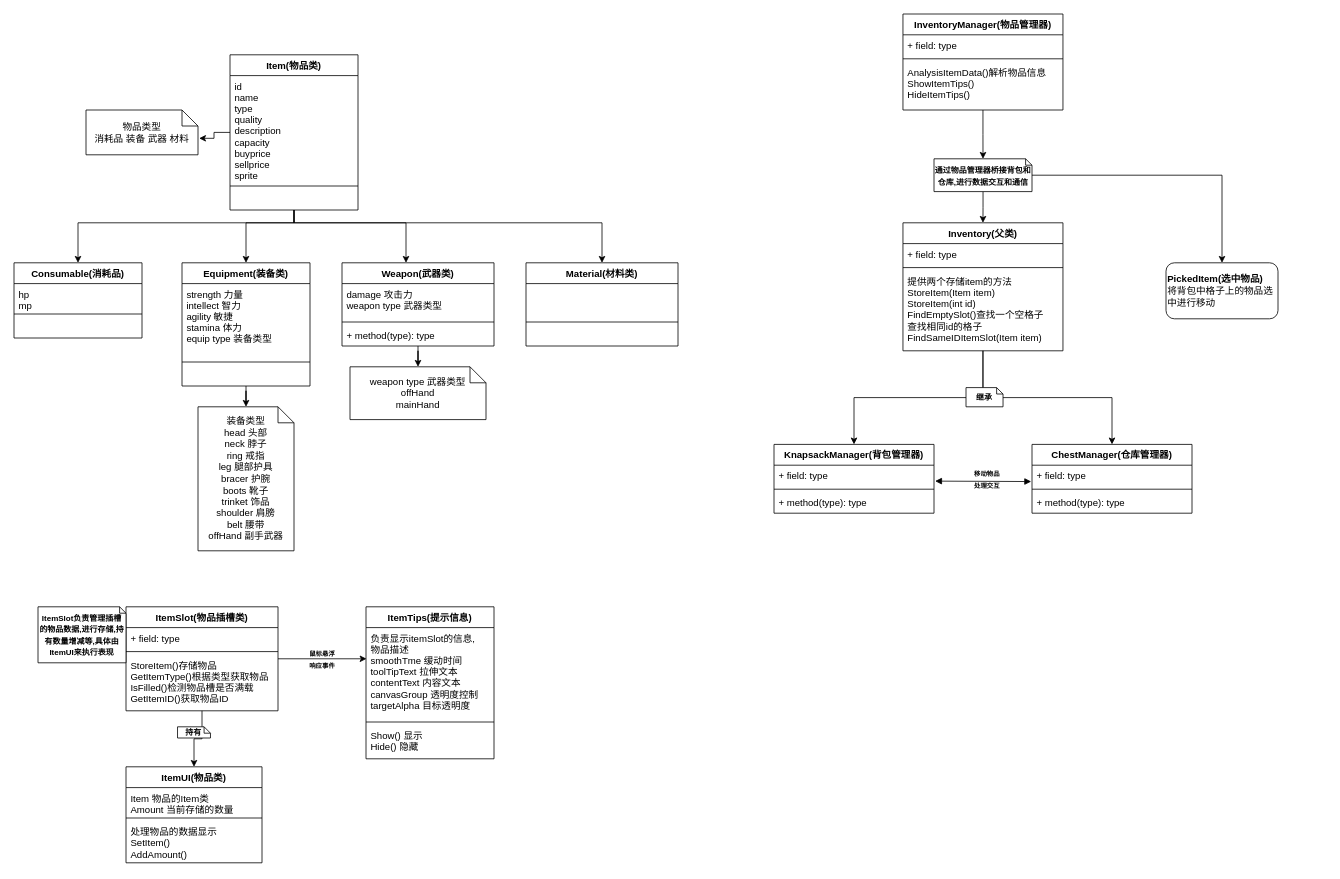
This is InventorySystem.drawio from KIPKIPS/InventorySystem, a draw.io file, before an edit. Source tidied: cells renumbered, new cells numbered last; positions are measured from the earlier drawing's top-left corner, leaving out a move shared by most shapes. Both pictures are drawn from the tidied source at 80%, with x=0, y=0 at pixel (14, 14).
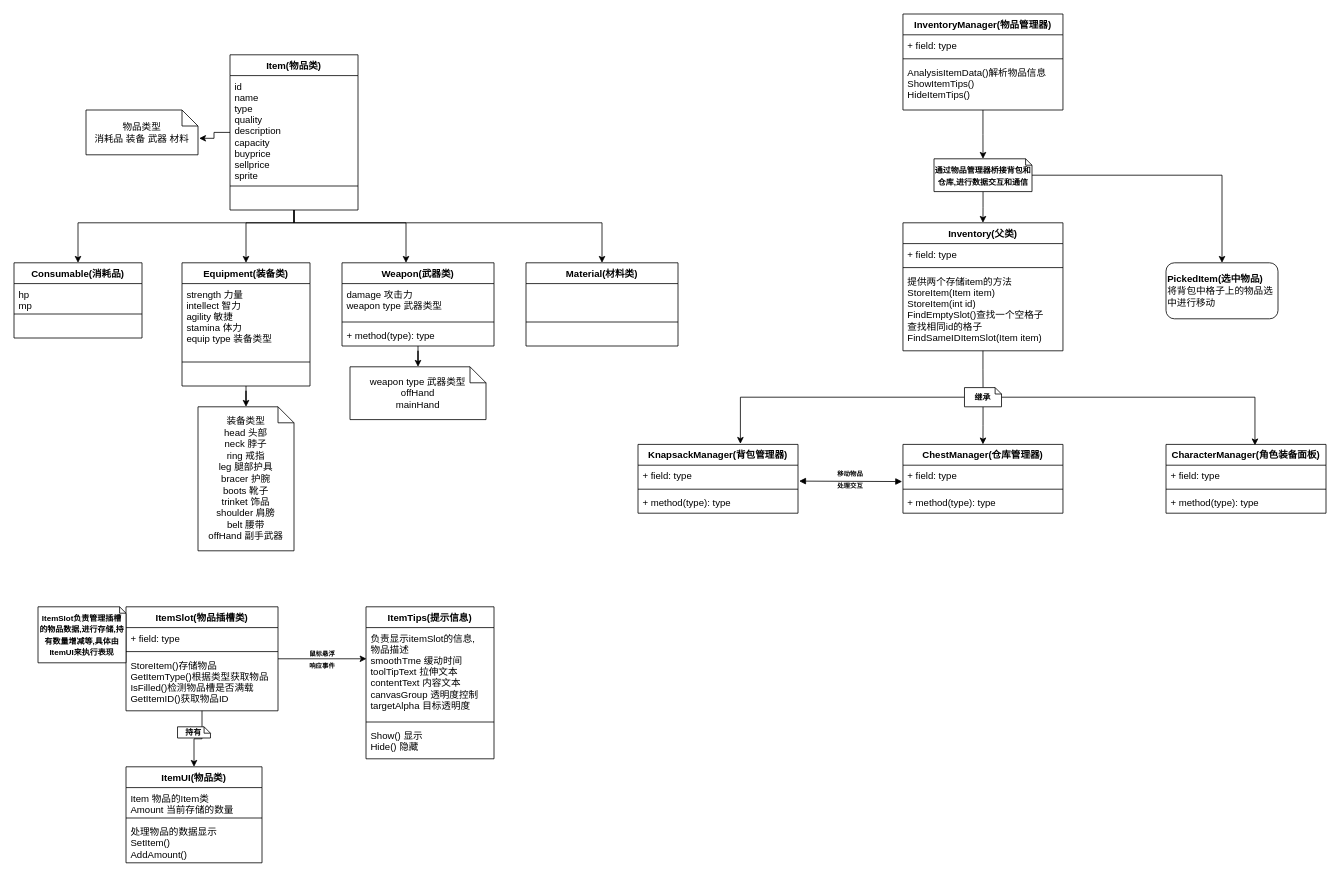
Above is the later version.

Unchanged cells that the change refers to:
```xml
<mxCell id="52" value="Inventory(父类)" style="swimlane;fontStyle=1;align=center;verticalAlign=top;horizontal=1;startSize=26;" parent="1" vertex="1">
  <mxGeometry x="1111.2" y="261" width="200" height="160" as="geometry" />
</mxCell>
```

What changed in the source:
```diff
@@
     <mxCell id="37" value="ChestManager(仓库管理器)" style="swimlane;fontStyle=1;align=center;verticalAlign=top;horizontal=1;startSize=26;" parent="1" vertex="1">
-      <mxGeometry x="1272.5" y="538" width="200" height="86" as="geometry" />
+      <mxGeometry x="1111.2" y="538" width="200" height="86" as="geometry" />
     </mxCell>
@@
     <mxCell id="41" value="KnapsackManager(背包管理器)" style="swimlane;fontStyle=1;align=center;verticalAlign=top;horizontal=1;startSize=26;" parent="1" vertex="1">
-      <mxGeometry x="950" y="538" width="200" height="86" as="geometry" />
+      <mxGeometry x="780" y="538" width="200" height="86" as="geometry" />
     </mxCell>
@@
     <mxCell id="46" value="&lt;font style=&quot;font-size: 8px&quot;&gt;&lt;b&gt;移动物品&lt;br&gt;处理交互&lt;/b&gt;&lt;/font&gt;" style="text;html=1;align=center;verticalAlign=middle;" parent="1" vertex="1">
-      <mxGeometry x="1190.6" y="561" width="50" height="40" as="geometry" />
+      <mxGeometry x="1020" y="561" width="50" height="40" as="geometry" />
     </mxCell>
@@
-    <mxCell id="50" style="edgeStyle=orthogonalEdgeStyle;rounded=0;jettySize=auto;html=1;entryX=0.5;entryY=0;entryDx=0;entryDy=0;" parent="1" edge="1" source="52" target="41">
-      <mxGeometry relative="1" as="geometry" />
-    </mxCell>
-    <mxCell id="51" style="edgeStyle=orthogonalEdgeStyle;rounded=0;jettySize=auto;html=1;entryX=0.5;entryY=0;entryDx=0;entryDy=0;" parent="1" edge="1" source="52" target="37">
-      <mxGeometry relative="1" as="geometry" />
-    </mxCell>
+    <mxCell id="75" style="edgeStyle=orthogonalEdgeStyle;rounded=0;jettySize=auto;html=1;endArrow=none;endFill=0;" parent="1" edge="1" source="52" target="56">
+      <mxGeometry relative="1" as="geometry" />
+    </mxCell>
@@
+    <mxCell id="76" style="edgeStyle=orthogonalEdgeStyle;rounded=0;jettySize=auto;html=1;entryX=0.64;entryY=-0.008;entryDx=0;entryDy=0;entryPerimeter=0;endArrow=classic;endFill=1;" parent="1" edge="1" source="56" target="41">
+      <mxGeometry relative="1" as="geometry" />
+    </mxCell>
+    <mxCell id="77" style="edgeStyle=orthogonalEdgeStyle;rounded=0;jettySize=auto;html=1;entryX=0.556;entryY=0.014;entryDx=0;entryDy=0;entryPerimeter=0;endArrow=classic;endFill=1;" parent="1" edge="1" source="56" target="79">
+      <mxGeometry relative="1" as="geometry" />
+    </mxCell>
+    <mxCell id="78" style="edgeStyle=orthogonalEdgeStyle;rounded=0;jettySize=auto;html=1;entryX=0.5;entryY=0;entryDx=0;entryDy=0;endArrow=classic;endFill=1;" parent="1" edge="1" source="56" target="37">
+      <mxGeometry relative="1" as="geometry" />
+    </mxCell>
     <mxCell id="56" value="&lt;span style=&quot;font-size: 10px&quot;&gt;&lt;b&gt;继承&lt;/b&gt;&lt;/span&gt;" style="shape=note;size=8;whiteSpace=wrap;html=1;" parent="1" vertex="1">
-      <mxGeometry x="1190" y="467" width="46.3" height="24" as="geometry" />
+      <mxGeometry x="1188.1" y="467" width="46.3" height="24" as="geometry" />
     </mxCell>
@@
+    <mxCell id="79" value="CharacterManager(角色装备面板)" style="swimlane;fontStyle=1;align=center;verticalAlign=top;horizontal=1;startSize=26;" parent="1" vertex="1">
+      <mxGeometry x="1440" y="538" width="200" height="86" as="geometry" />
+    </mxCell>
+    <mxCell id="80" value="+ field: type" style="text;strokeColor=none;fillColor=none;align=left;verticalAlign=top;spacingLeft=4;spacingRight=4;overflow=hidden;" parent="79" vertex="1">
+      <mxGeometry y="26" width="200" height="26" as="geometry" />
+    </mxCell>
+    <mxCell id="81" style="line;strokeWidth=1;fillColor=none;align=left;verticalAlign=middle;spacingTop=-1;spacingLeft=3;spacingRight=3;labelPosition=right;" parent="79" vertex="1">
+      <mxGeometry y="52" width="200" height="8" as="geometry" />
+    </mxCell>
+    <mxCell id="82" value="+ method(type): type" style="text;strokeColor=none;fillColor=none;align=left;verticalAlign=top;spacingLeft=4;spacingRight=4;overflow=hidden;" parent="79" vertex="1">
+      <mxGeometry y="60" width="200" height="26" as="geometry" />
+    </mxCell>
```
